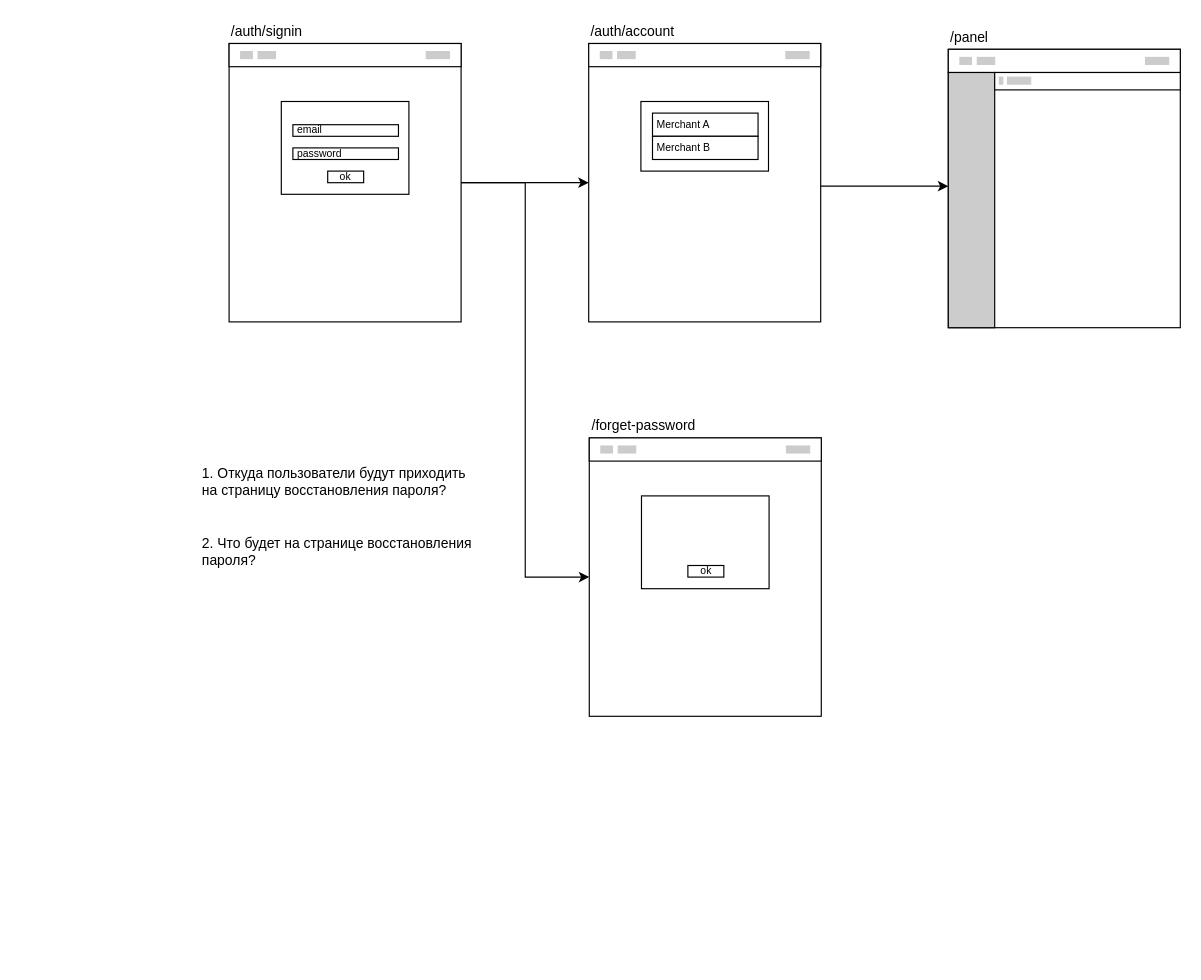
ajile/draw-io keeps this draw.io diagram as page "Auth" (2 of 6) of auth.drawio. Above is the earlier version. Source tidied: cells renumbered, new cells numbered last; positions are measured from the earlier drawing's top-left corner, leaving out a move shared by most shapes. Both pictures are drawn from the tidied source at 116%, with x=0, y=0 at pixel (200, 20).
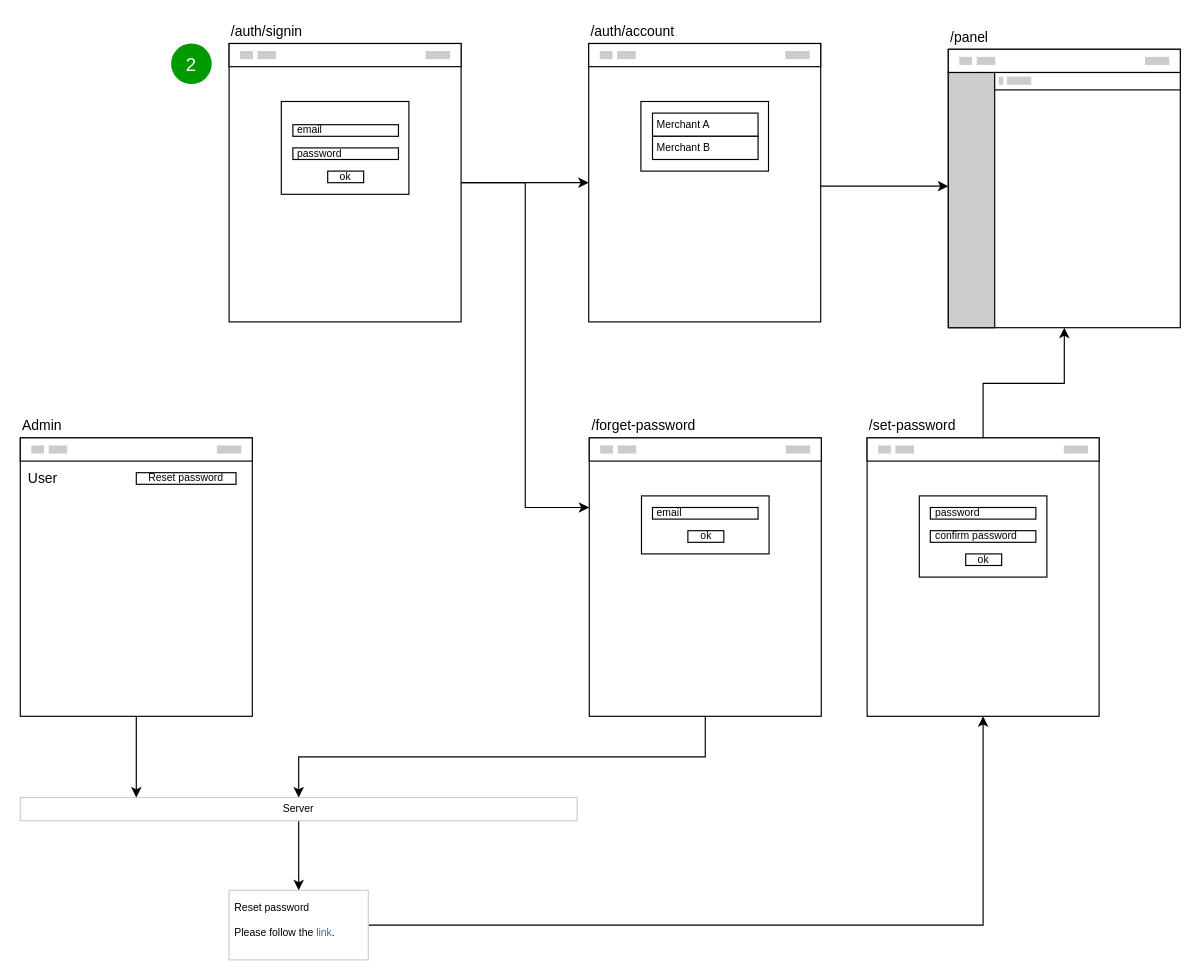
Above is the later version.

The change refers to these unchanged cells:
```xml
<mxCell id="5" style="rounded=0;whiteSpace=wrap;html=1;" parent="4" vertex="1">
  <mxGeometry width="200" height="240" as="geometry" />
</mxCell>
<mxCell id="46" style="rounded=0;whiteSpace=wrap;html=1;" parent="45" vertex="1">
  <mxGeometry width="200" height="240" as="geometry" />
</mxCell>
```

Diff of the diagram source:
```diff
@@
     <mxCell id="15" style="group;" parent="1" vertex="1">
-      <mxGeometry x="335" width="200" height="260" as="geometry" />
+      <mxGeometry x="335" width="240" height="260" as="geometry" />
     </mxCell>
     <mxCell id="16" style="group;" parent="15" vertex="1">
-      <mxGeometry width="200" height="260" as="geometry" />
+      <mxGeometry width="240" height="260" as="geometry" />
     </mxCell>
     <mxCell id="17" style="group;" parent="16" vertex="1">
-      <mxGeometry y="20" width="200" height="240" as="geometry" />
+      <mxGeometry y="20" width="240" height="240" as="geometry" />
     </mxCell>
@@
-    <mxCell id="28" style="group;" parent="1" vertex="1">
-      <mxGeometry x="335.5" y="340" width="200" height="260" as="geometry" />
-    </mxCell>
-    <mxCell id="29" style="group;" parent="28" vertex="1">
-      <mxGeometry width="200" height="260" as="geometry" />
-    </mxCell>
-    <mxCell id="30" style="group;" parent="29" vertex="1">
-      <mxGeometry y="20" width="200" height="240" as="geometry" />
-    </mxCell>
-    <mxCell id="31" style="rounded=0;whiteSpace=wrap;html=1;" parent="30" vertex="1">
-      <mxGeometry width="200" height="240" as="geometry" />
-    </mxCell>
-    <mxCell id="32" style="rounded=0;whiteSpace=wrap;html=1;" parent="30" vertex="1">
-      <mxGeometry width="200" height="20" as="geometry" />
-    </mxCell>
-    <mxCell id="33" style="rounded=0;whiteSpace=wrap;html=1;fillColor=#CCCCCC;strokeColor=#CCCCCC;" parent="30" vertex="1">
-      <mxGeometry x="10" y="7" width="10" height="6" as="geometry" />
-    </mxCell>
-    <mxCell id="34" style="rounded=0;whiteSpace=wrap;html=1;fillColor=#CCCCCC;strokeColor=#CCCCCC;" parent="30" vertex="1">
-      <mxGeometry x="170" y="7" width="20" height="6" as="geometry" />
-    </mxCell>
-    <mxCell id="35" style="rounded=0;whiteSpace=wrap;html=1;fillColor=#CCCCCC;strokeColor=#CCCCCC;" parent="30" vertex="1">
-      <mxGeometry x="25" y="7" width="15" height="6" as="geometry" />
-    </mxCell>
-    <mxCell id="36" style="rounded=0;whiteSpace=wrap;html=1;" parent="30" vertex="1">
-      <mxGeometry x="45" y="50" width="110" height="80" as="geometry" />
-    </mxCell>
-    <mxCell id="37" value="/forget-password" style="text;html=1;strokeColor=none;fillColor=none;align=left;verticalAlign=middle;whiteSpace=wrap;rounded=0;fontSize=12;" parent="29" vertex="1">
-      <mxGeometry width="200" height="20" as="geometry" />
-    </mxCell>
-    <mxCell id="38" value="ok" style="rounded=0;whiteSpace=wrap;html=1;fontSize=9;spacing=0;" parent="29" vertex="1">
-      <mxGeometry x="85" y="130" width="31" height="10" as="geometry" />
-    </mxCell>
-    <mxCell id="39" style="edgeStyle=orthogonalEdgeStyle;rounded=0;jettySize=auto;html=1;entryX=0;entryY=0.5;entryDx=0;entryDy=0;" parent="1" edge="1" source="5" target="31">
+    <mxCell id="39" style="edgeStyle=orthogonalEdgeStyle;rounded=0;jettySize=auto;html=1;entryX=0;entryY=0.25;entryDx=0;entryDy=0;" parent="1" edge="1" source="5" target="31">
       <mxGeometry relative="1" as="geometry" />
     </mxCell>
-    <mxCell id="40" value="1. Откуда пользователи будут приходить&lt;br&gt;на страницу восстановления пароля?" style="text;html=1;strokeColor=none;fillColor=none;align=left;verticalAlign=middle;whiteSpace=wrap;rounded=0;" parent="1" vertex="1">
-      <mxGeometry y="380" width="250" height="35" as="geometry" />
-    </mxCell>
-    <mxCell id="41" value="2. Что будет на странице восстановления пароля?" style="text;html=1;strokeColor=none;fillColor=none;align=left;verticalAlign=middle;whiteSpace=wrap;rounded=0;" parent="1" vertex="1">
-      <mxGeometry y="440" width="250" height="35" as="geometry" />
-    </mxCell>
@@
+    <mxCell id="57" value="2" style="ellipse;whiteSpace=wrap;html=1;fontSize=16;fontColor=#FFFFFF;fillColor=#009900;strokeColor=none;" parent="1" vertex="1">
+      <mxGeometry x="-25" y="20" width="35" height="35" as="geometry" />
+    </mxCell>
+    <mxCell id="58" style="edgeStyle=elbowEdgeStyle;rounded=0;jettySize=auto;html=1;fontSize=16;fontColor=#FFFFFF;entryX=0.5;entryY=1;entryDx=0;entryDy=0;elbow=vertical;exitX=1;exitY=0.5;exitDx=0;exitDy=0;" parent="1" edge="1" source="59" target="81">
+      <mxGeometry relative="1" as="geometry">
+        <Array as="points">
+          <mxPoint x="285" y="780" />
+        </Array>
+      </mxGeometry>
+    </mxCell>
+    <mxCell id="59" value="Reset password&lt;br&gt;&lt;br&gt;Please follow the &lt;font color=&quot;#2671bd&quot;&gt;link&lt;/font&gt;." style="rounded=0;whiteSpace=wrap;html=1;fontSize=9;strokeColor=#CCCCCC;fillColor=#FFFFFF;align=left;verticalAlign=top;spacing=5;" parent="1" vertex="1">
+      <mxGeometry x="25" y="750" width="120" height="60" as="geometry" />
+    </mxCell>
+    <mxCell id="60" style="group;" parent="1" vertex="1">
+      <mxGeometry x="-155" y="340" width="200" height="260" as="geometry" />
+    </mxCell>
+    <mxCell id="61" style="group;" parent="60" vertex="1">
+      <mxGeometry width="200" height="260" as="geometry" />
+    </mxCell>
+    <mxCell id="62" style="group;" parent="61" vertex="1">
+      <mxGeometry width="200" height="260" as="geometry" />
+    </mxCell>
+    <mxCell id="63" style="group;" parent="62" vertex="1">
+      <mxGeometry y="20" width="200" height="240" as="geometry" />
+    </mxCell>
+    <mxCell id="64" style="rounded=0;whiteSpace=wrap;html=1;" parent="63" vertex="1">
+      <mxGeometry width="200" height="240" as="geometry" />
+    </mxCell>
+    <mxCell id="65" style="rounded=0;whiteSpace=wrap;html=1;" parent="63" vertex="1">
+      <mxGeometry width="200" height="20" as="geometry" />
+    </mxCell>
+    <mxCell id="66" style="rounded=0;whiteSpace=wrap;html=1;fillColor=#CCCCCC;strokeColor=#CCCCCC;" parent="63" vertex="1">
+      <mxGeometry x="10" y="7" width="10" height="6" as="geometry" />
+    </mxCell>
+    <mxCell id="67" style="rounded=0;whiteSpace=wrap;html=1;fillColor=#CCCCCC;strokeColor=#CCCCCC;" parent="63" vertex="1">
+      <mxGeometry x="170" y="7" width="20" height="6" as="geometry" />
+    </mxCell>
+    <mxCell id="68" style="rounded=0;whiteSpace=wrap;html=1;fillColor=#CCCCCC;strokeColor=#CCCCCC;" parent="63" vertex="1">
+      <mxGeometry x="25" y="7" width="15" height="6" as="geometry" />
+    </mxCell>
+    <mxCell id="69" value="Admin" style="text;html=1;strokeColor=none;fillColor=none;align=left;verticalAlign=middle;whiteSpace=wrap;rounded=0;fontSize=12;" parent="62" vertex="1">
+      <mxGeometry width="200" height="20" as="geometry" />
+    </mxCell>
+    <mxCell id="70" value="Reset password" style="rounded=0;whiteSpace=wrap;html=1;fontSize=9;spacing=0;" parent="60" vertex="1">
+      <mxGeometry x="100" y="50" width="86" height="10" as="geometry" />
+    </mxCell>
+    <mxCell id="71" value="User" style="text;html=1;strokeColor=none;fillColor=none;align=left;verticalAlign=middle;whiteSpace=wrap;rounded=0;fontSize=12;spacingLeft=5;" parent="60" vertex="1">
+      <mxGeometry y="45" width="100" height="20" as="geometry" />
+    </mxCell>
+    <mxCell id="72" style="edgeStyle=elbowEdgeStyle;rounded=0;jettySize=auto;html=1;fontSize=16;fontColor=#FFFFFF;" parent="1" edge="1" source="73" target="59">
+      <mxGeometry relative="1" as="geometry" />
+    </mxCell>
+    <mxCell id="73" value="Server" style="rounded=0;whiteSpace=wrap;html=1;fontSize=9;strokeColor=#CCCCCC;fillColor=#FFFFFF;" parent="1" vertex="1">
+      <mxGeometry x="-155" y="670" width="480" height="20" as="geometry" />
+    </mxCell>
+    <mxCell id="74" style="edgeStyle=elbowEdgeStyle;rounded=0;jettySize=auto;html=1;fontSize=16;fontColor=#FFFFFF;" parent="1" edge="1" source="64" target="73">
+      <mxGeometry relative="1" as="geometry" />
+    </mxCell>
+    <mxCell id="75" style="group;" parent="1" vertex="1">
+      <mxGeometry x="335.5" y="340" width="200" height="260" as="geometry" />
+    </mxCell>
+    <mxCell id="28" style="group;" parent="75" vertex="1">
+      <mxGeometry width="200" height="260" as="geometry" />
+    </mxCell>
+    <mxCell id="29" style="group;" parent="28" vertex="1">
+      <mxGeometry width="200" height="260" as="geometry" />
+    </mxCell>
+    <mxCell id="30" style="group;" parent="29" vertex="1">
+      <mxGeometry y="20" width="200" height="240" as="geometry" />
+    </mxCell>
+    <mxCell id="31" style="rounded=0;whiteSpace=wrap;html=1;" parent="30" vertex="1">
+      <mxGeometry width="200" height="240" as="geometry" />
+    </mxCell>
+    <mxCell id="32" style="rounded=0;whiteSpace=wrap;html=1;" parent="30" vertex="1">
+      <mxGeometry width="200" height="20" as="geometry" />
+    </mxCell>
+    <mxCell id="33" style="rounded=0;whiteSpace=wrap;html=1;fillColor=#CCCCCC;strokeColor=#CCCCCC;" parent="30" vertex="1">
+      <mxGeometry x="10" y="7" width="10" height="6" as="geometry" />
+    </mxCell>
+    <mxCell id="34" style="rounded=0;whiteSpace=wrap;html=1;fillColor=#CCCCCC;strokeColor=#CCCCCC;" parent="30" vertex="1">
+      <mxGeometry x="170" y="7" width="20" height="6" as="geometry" />
+    </mxCell>
+    <mxCell id="35" style="rounded=0;whiteSpace=wrap;html=1;fillColor=#CCCCCC;strokeColor=#CCCCCC;" parent="30" vertex="1">
+      <mxGeometry x="25" y="7" width="15" height="6" as="geometry" />
+    </mxCell>
+    <mxCell id="36" style="rounded=0;whiteSpace=wrap;html=1;" parent="30" vertex="1">
+      <mxGeometry x="45" y="50" width="110" height="50" as="geometry" />
+    </mxCell>
+    <mxCell id="76" value="email" style="rounded=0;whiteSpace=wrap;html=1;fontSize=9;align=left;spacingLeft=2;" parent="30" vertex="1">
+      <mxGeometry x="54.5" y="60" width="91" height="10" as="geometry" />
+    </mxCell>
+    <mxCell id="37" value="/forget-password" style="text;html=1;strokeColor=none;fillColor=none;align=left;verticalAlign=middle;whiteSpace=wrap;rounded=0;fontSize=12;" parent="29" vertex="1">
+      <mxGeometry width="200" height="20" as="geometry" />
+    </mxCell>
+    <mxCell id="38" value="ok" style="rounded=0;whiteSpace=wrap;html=1;fontSize=9;spacing=0;" parent="29" vertex="1">
+      <mxGeometry x="85" y="100" width="31" height="10" as="geometry" />
+    </mxCell>
+    <mxCell id="77" style="group;" parent="1" vertex="1">
+      <mxGeometry x="575" y="340" width="200" height="260" as="geometry" />
+    </mxCell>
+    <mxCell id="78" style="group;" parent="77" vertex="1">
+      <mxGeometry width="200" height="260" as="geometry" />
+    </mxCell>
+    <mxCell id="79" style="group;" parent="78" vertex="1">
+      <mxGeometry width="200" height="260" as="geometry" />
+    </mxCell>
+    <mxCell id="80" style="group;" parent="79" vertex="1">
+      <mxGeometry y="20" width="200" height="240" as="geometry" />
+    </mxCell>
+    <mxCell id="81" style="rounded=0;whiteSpace=wrap;html=1;" parent="80" vertex="1">
+      <mxGeometry width="200" height="240" as="geometry" />
+    </mxCell>
+    <mxCell id="82" style="rounded=0;whiteSpace=wrap;html=1;" parent="80" vertex="1">
+      <mxGeometry width="200" height="20" as="geometry" />
+    </mxCell>
+    <mxCell id="83" style="rounded=0;whiteSpace=wrap;html=1;fillColor=#CCCCCC;strokeColor=#CCCCCC;" parent="80" vertex="1">
+      <mxGeometry x="10" y="7" width="10" height="6" as="geometry" />
+    </mxCell>
+    <mxCell id="84" style="rounded=0;whiteSpace=wrap;html=1;fillColor=#CCCCCC;strokeColor=#CCCCCC;" parent="80" vertex="1">
+      <mxGeometry x="170" y="7" width="20" height="6" as="geometry" />
+    </mxCell>
+    <mxCell id="85" style="rounded=0;whiteSpace=wrap;html=1;fillColor=#CCCCCC;strokeColor=#CCCCCC;" parent="80" vertex="1">
+      <mxGeometry x="25" y="7" width="15" height="6" as="geometry" />
+    </mxCell>
+    <mxCell id="86" style="rounded=0;whiteSpace=wrap;html=1;" parent="80" vertex="1">
+      <mxGeometry x="45" y="50" width="110" height="70" as="geometry" />
+    </mxCell>
+    <mxCell id="87" value="password" style="rounded=0;whiteSpace=wrap;html=1;fontSize=9;align=left;spacingLeft=2;" parent="80" vertex="1">
+      <mxGeometry x="54.5" y="60" width="91" height="10" as="geometry" />
+    </mxCell>
+    <mxCell id="88" value="/set-password" style="text;html=1;strokeColor=none;fillColor=none;align=left;verticalAlign=middle;whiteSpace=wrap;rounded=0;fontSize=12;" parent="79" vertex="1">
+      <mxGeometry width="200" height="20" as="geometry" />
+    </mxCell>
+    <mxCell id="89" value="ok" style="rounded=0;whiteSpace=wrap;html=1;fontSize=9;spacing=0;" parent="79" vertex="1">
+      <mxGeometry x="85" y="120" width="31" height="10" as="geometry" />
+    </mxCell>
+    <mxCell id="90" value="confirm password" style="rounded=0;whiteSpace=wrap;html=1;fontSize=9;align=left;spacingLeft=2;" parent="77" vertex="1">
+      <mxGeometry x="54.5" y="100" width="91" height="10" as="geometry" />
+    </mxCell>
+    <mxCell id="91" style="edgeStyle=elbowEdgeStyle;rounded=0;jettySize=auto;elbow=vertical;html=1;fontSize=16;fontColor=#FFFFFF;" parent="1" edge="1" source="31" target="73">
+      <mxGeometry relative="1" as="geometry" />
+    </mxCell>
+    <mxCell id="92" style="edgeStyle=elbowEdgeStyle;rounded=0;jettySize=auto;elbow=vertical;html=1;fontSize=16;fontColor=#FFFFFF;" parent="1" edge="1" source="81" target="46">
+      <mxGeometry relative="1" as="geometry" />
+    </mxCell>
```
